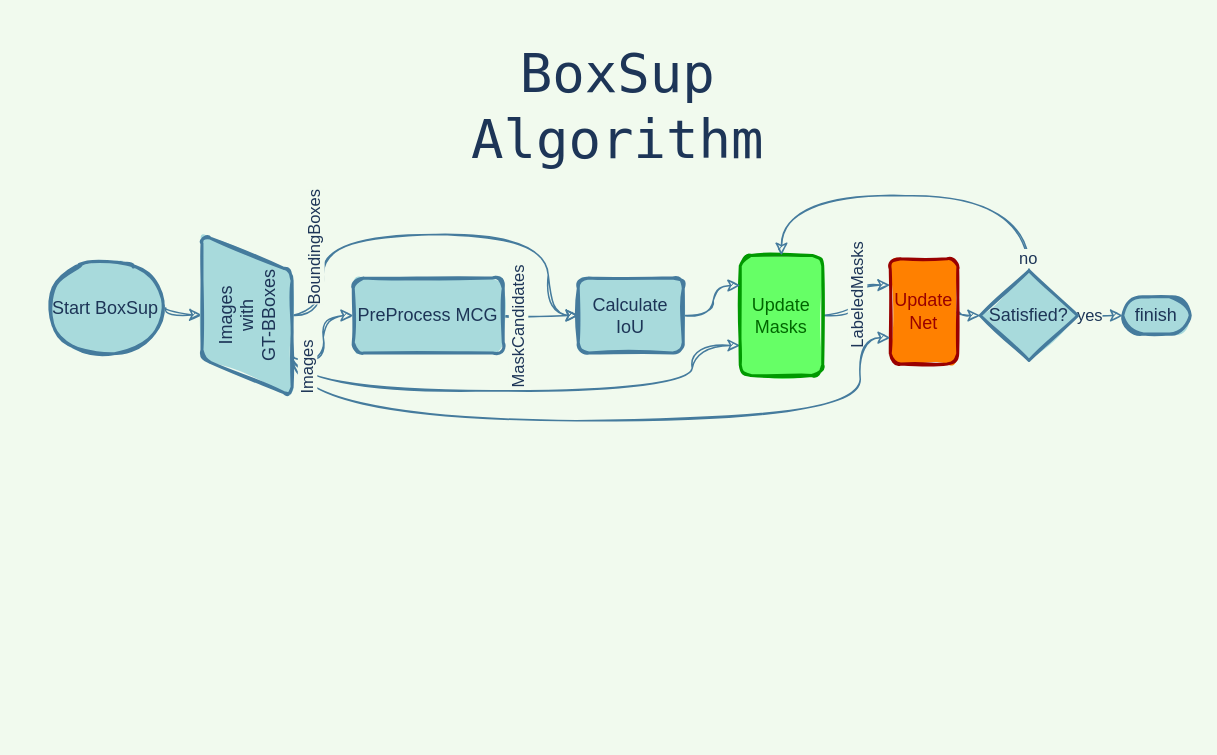
Earlier version of the draw.io diagram page "CompletePaper" (6 of 6) of BoxSup.drawio (MaKaNu/draws). Source tidied: cells renumbered, new cells numbered last; positions are measured from the earlier drawing's top-left corner, leaving out a move shared by most shapes. Both pictures are drawn from the tidied source at 150%, with x=0, y=0 at pixel (45, 45).
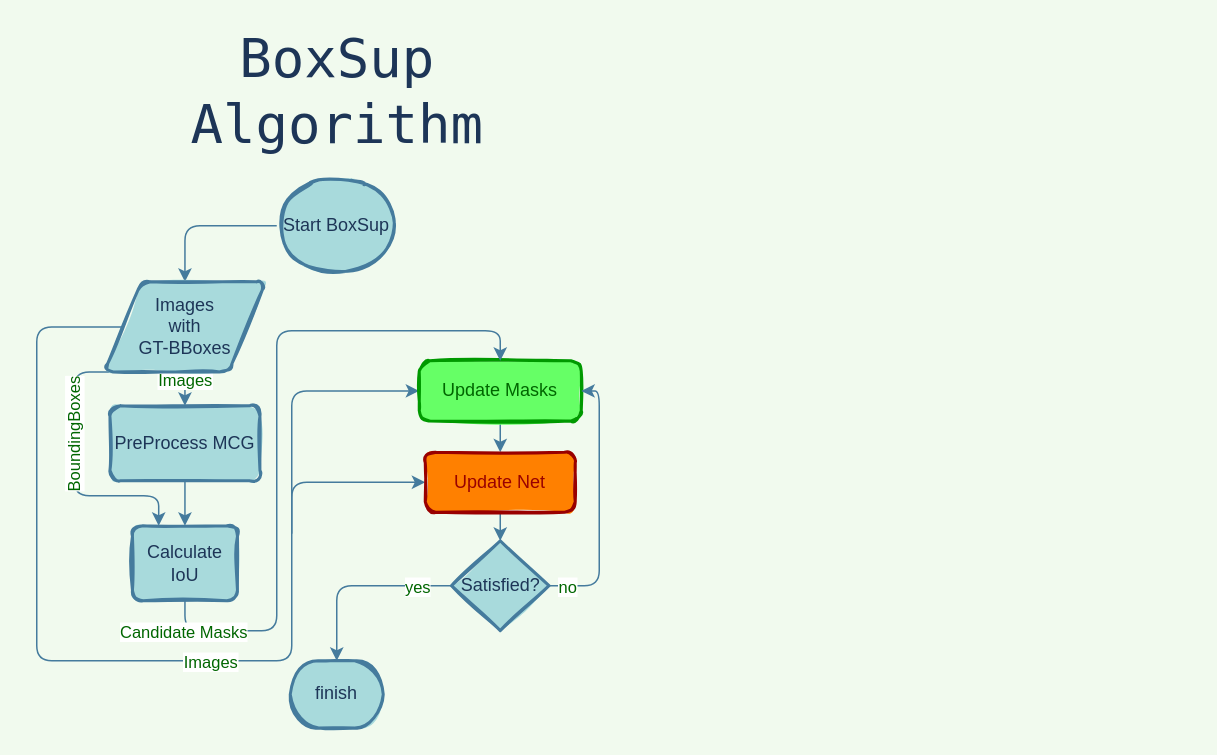
After the change.

Diff of the diagram source:
```diff
@@
-    <mxCell id="2" style="edgeStyle=orthogonalEdgeStyle;curved=1;sketch=1;jettySize=auto;html=1;exitX=1;exitY=0.5;exitDx=0;exitDy=0;exitPerimeter=0;fontColor=#1D3557;strokeColor=#457B9D;fillColor=#A8DADC;labelBackgroundColor=#F1FAEE;entryX=0.5;entryY=0;entryDx=0;entryDy=0;" parent="1" edge="1" source="3" target="8">
-      <mxGeometry relative="1" as="geometry">
-        <Array as="points">
-          <mxPoint x="80" y="178.8" />
-          <mxPoint x="104" y="178.8" />
-        </Array>
-      </mxGeometry>
+    <mxCell id="2" style="edgeStyle=orthogonalEdgeStyle;curved=0;rounded=1;sketch=0;jettySize=auto;html=1;exitX=0;exitY=0.5;exitDx=0;exitDy=0;exitPerimeter=0;entryX=0.5;entryY=0;entryDx=0;entryDy=0;fontColor=#006600;strokeColor=#457B9D;fillColor=#A8DADC;" parent="1" edge="1" source="3" target="8">
+      <mxGeometry relative="1" as="geometry" />
     </mxCell>
     <mxCell id="3" value="Start BoxSup" style="strokeWidth=2;html=1;shape=mxgraph.flowchart.start_1;whiteSpace=wrap;sketch=1;fontColor=#1D3557;fillColor=#A8DADC;strokeColor=#457B9D;fillStyle=solid;gradientColor=none;" parent="1" vertex="1">
-      <mxGeometry y="144.8" width="80" height="60" as="geometry" />
+      <mxGeometry x="154" y="90" width="80" height="60" as="geometry" />
     </mxCell>
+    <mxCell id="6" style="edgeStyle=orthogonalEdgeStyle;curved=0;rounded=1;sketch=0;jettySize=auto;html=1;exitX=0.5;exitY=1;exitDx=0;exitDy=0;fontColor=#006600;strokeColor=#457B9D;fillColor=#A8DADC;" parent="1" edge="1" source="8" target="11">
+      <mxGeometry relative="1" as="geometry" />
+    </mxCell>
+    <mxCell id="28" value="Images" style="edgeLabel;html=1;align=center;verticalAlign=middle;fontColor=#006600;" parent="6" vertex="1">
+      <mxGeometry x="-0.83" relative="1" as="geometry" />
+    </mxCell>
-    <mxCell id="4" style="edgeStyle=orthogonalEdgeStyle;curved=1;sketch=1;jettySize=auto;html=1;exitX=0.5;exitY=1;exitDx=0;exitDy=0;fontColor=#1D3557;strokeColor=#457B9D;fillColor=#A8DADC;labelBackgroundColor=#F1FAEE;entryX=0;entryY=0.5;entryDx=0;entryDy=0;" parent="1" edge="1" source="8" target="25">
+    <mxCell id="4" style="edgeStyle=orthogonalEdgeStyle;curved=0;rounded=1;sketch=0;jettySize=auto;html=1;exitX=0.25;exitY=1;exitDx=0;exitDy=0;entryX=0.25;entryY=0;entryDx=0;entryDy=0;fontColor=#006600;strokeColor=#457B9D;fillColor=#A8DADC;" parent="1" edge="1" source="8" target="25">
       <mxGeometry relative="1" as="geometry">
         <Array as="points">
-          <mxPoint x="185" y="178.8" />
-          <mxPoint x="185" y="125.8" />
-          <mxPoint x="335" y="125.8" />
-          <mxPoint x="335" y="179.8" />
+          <mxPoint x="19" y="218" />
+          <mxPoint x="19" y="300" />
+          <mxPoint x="75" y="300" />
         </Array>
       </mxGeometry>
     </mxCell>
-    <mxCell id="5" value="BoundingBoxes" style="edgeLabel;html=1;align=center;verticalAlign=middle;fontColor=#1D3557;rotation=-90;labelBackgroundColor=#F1FAEE;sketch=1;" parent="4" vertex="1">
-      <mxGeometry x="-0.42" y="2" relative="1" as="geometry">
-        <mxPoint x="-18" y="12" as="offset" />
+    <mxCell id="5" value="BoundingBoxes" style="edgeLabel;html=1;align=center;verticalAlign=middle;fontColor=#006600;rotation=-90;" parent="4" vertex="1">
+      <mxGeometry x="-0.25" relative="1" as="geometry">
+        <mxPoint y="13" as="offset" />
       </mxGeometry>
     </mxCell>
-    <mxCell id="6" style="edgeStyle=orthogonalEdgeStyle;curved=1;sketch=1;jettySize=auto;html=1;exitX=0.25;exitY=1;exitDx=0;exitDy=0;entryX=0;entryY=0.5;entryDx=0;entryDy=0;fontColor=#1D3557;strokeColor=#457B9D;fillColor=#A8DADC;labelBackgroundColor=#F1FAEE;" parent="1" edge="1" source="8" target="11">
-      <mxGeometry relative="1" as="geometry">
-        <Array as="points">
-          <mxPoint x="164" y="208.8" />
-          <mxPoint x="185" y="208.8" />
-          <mxPoint x="185" y="179.8" />
-        </Array>
-      </mxGeometry>
-    </mxCell>
-    <mxCell id="7" style="edgeStyle=orthogonalEdgeStyle;jettySize=auto;html=1;exitX=0.25;exitY=1;exitDx=0;exitDy=0;entryX=0;entryY=0.75;entryDx=0;entryDy=0;curved=1;shadow=0;sketch=1;strokeColor=#457B9D;labelBackgroundColor=#F1FAEE;fontColor=#1D3557;" parent="1" edge="1" source="8" target="14">
-      <mxGeometry relative="1" as="geometry">
-        <Array as="points">
-          <mxPoint x="164" y="230" />
-          <mxPoint x="431" y="230" />
-          <mxPoint x="431" y="200" />
-        </Array>
-      </mxGeometry>
-    </mxCell>
+    <mxCell id="26" style="edgeStyle=orthogonalEdgeStyle;curved=0;rounded=1;sketch=0;jettySize=auto;html=1;exitX=0;exitY=0.5;exitDx=0;exitDy=0;entryX=0;entryY=0.5;entryDx=0;entryDy=0;fontColor=#006600;strokeColor=#457B9D;fillColor=#A8DADC;" parent="1" edge="1" source="8" target="16">
+      <mxGeometry relative="1" as="geometry">
+        <Array as="points">
+          <mxPoint x="-6" y="187" />
+          <mxPoint x="-6" y="410" />
+          <mxPoint x="164" y="410" />
+          <mxPoint x="164" y="291" />
+        </Array>
+      </mxGeometry>
+    </mxCell>
+    <mxCell id="29" value="&lt;div&gt;Images&lt;/div&gt;" style="edgeLabel;html=1;align=center;verticalAlign=middle;fontColor=#006600;" parent="26" vertex="1">
+      <mxGeometry x="0.12" y="-1" relative="1" as="geometry">
+        <mxPoint x="27" y="-1" as="offset" />
+      </mxGeometry>
+    </mxCell>
-    <mxCell id="8" value="&lt;div&gt;Images&lt;br&gt;with&lt;br&gt;GT-BBoxes&lt;/div&gt;" style="shape=parallelogram;html=1;strokeWidth=2;perimeter=parallelogramPerimeter;whiteSpace=wrap;rounded=1;arcSize=12;size=0.23;sketch=1;fontColor=#1D3557;fillColor=#A8DADC;rotation=-90;strokeColor=#457B9D;fillStyle=solid;" parent="1" vertex="1">
-      <mxGeometry x="80.4" y="149.7" width="107.6" height="60.1" as="geometry" />
+    <mxCell id="8" value="&lt;div&gt;Images&lt;br&gt;with&lt;br&gt;GT-BBoxes&lt;/div&gt;" style="shape=parallelogram;html=1;strokeWidth=2;perimeter=parallelogramPerimeter;whiteSpace=wrap;rounded=1;arcSize=12;size=0.23;sketch=1;fontColor=#1D3557;fillColor=#A8DADC;rotation=0;strokeColor=#457B9D;fillStyle=solid;" parent="1" vertex="1">
+      <mxGeometry x="39" y="157.4" width="107.6" height="60.1" as="geometry" />
     </mxCell>
-    <mxCell id="9" style="edgeStyle=orthogonalEdgeStyle;curved=1;sketch=1;jettySize=auto;html=1;exitX=1;exitY=0.5;exitDx=0;exitDy=0;fontColor=#1D3557;strokeColor=#457B9D;fillColor=#A8DADC;labelBackgroundColor=#F1FAEE;entryX=0;entryY=0.5;entryDx=0;entryDy=0;" parent="1" edge="1" source="11" target="25">
+    <mxCell id="9" style="edgeStyle=orthogonalEdgeStyle;curved=0;rounded=1;sketch=0;jettySize=auto;html=1;exitX=0.5;exitY=1;exitDx=0;exitDy=0;entryX=0.5;entryY=0;entryDx=0;entryDy=0;fontColor=#006600;strokeColor=#457B9D;fillColor=#A8DADC;" parent="1" edge="1" source="11" target="25">
       <mxGeometry relative="1" as="geometry" />
     </mxCell>
-    <mxCell id="10" value="MaskCandidates" style="edgeLabel;html=1;align=center;verticalAlign=middle;fontColor=#1D3557;rotation=-90;labelBackgroundColor=#F1FAEE;sketch=1;" parent="9" vertex="1">
-      <mxGeometry x="-0.31" y="2" relative="1" as="geometry">
-        <mxPoint x="-7" y="11" as="offset" />
-      </mxGeometry>
-    </mxCell>
     <mxCell id="11" value="PreProcess MCG" style="rounded=1;whiteSpace=wrap;html=1;absoluteArcSize=1;arcSize=14;strokeWidth=2;sketch=1;fontColor=#1D3557;fillColor=#A8DADC;strokeColor=#457B9D;fillStyle=solid;" parent="1" vertex="1">
-      <mxGeometry x="205" y="154.8" width="100" height="50" as="geometry" />
+      <mxGeometry x="42.8" y="240" width="100" height="50" as="geometry" />
     </mxCell>
-    <mxCell id="12" style="edgeStyle=orthogonalEdgeStyle;curved=1;sketch=1;jettySize=auto;html=1;exitX=1;exitY=0.5;exitDx=0;exitDy=0;entryX=0;entryY=0.25;entryDx=0;entryDy=0;fontColor=#1D3557;strokeColor=#457B9D;fillColor=#A8DADC;labelBackgroundColor=#F1FAEE;" parent="1" edge="1" source="14" target="16">
+    <mxCell id="12" style="edgeStyle=orthogonalEdgeStyle;curved=0;rounded=1;sketch=0;jettySize=auto;html=1;exitX=0.5;exitY=1;exitDx=0;exitDy=0;fontColor=#006600;strokeColor=#457B9D;fillColor=#A8DADC;" parent="1" edge="1" source="14" target="16">
       <mxGeometry relative="1" as="geometry" />
     </mxCell>
-    <mxCell id="13" value="LabeledMasks" style="edgeLabel;html=1;align=center;verticalAlign=middle;fontColor=#1D3557;rotation=-90;labelBackgroundColor=#F1FAEE;sketch=1;" parent="12" vertex="1">
-      <mxGeometry x="-0.15" y="3" relative="1" as="geometry">
-        <mxPoint x="3" y="-7" as="offset" />
-      </mxGeometry>
-    </mxCell>
+    <mxCell id="30" style="edgeStyle=orthogonalEdgeStyle;curved=0;rounded=1;sketch=0;jettySize=auto;html=1;fontColor=#006600;strokeColor=#457B9D;fillColor=#A8DADC;entryX=0;entryY=0.5;entryDx=0;entryDy=0;" parent="1" edge="1" target="14">
+      <mxGeometry relative="1" as="geometry">
+        <mxPoint x="164" y="300" as="sourcePoint" />
+        <Array as="points">
+          <mxPoint x="164" y="330" />
+          <mxPoint x="164" y="230" />
+        </Array>
+      </mxGeometry>
+    </mxCell>
     <mxCell id="14" value="Update Masks" style="rounded=1;whiteSpace=wrap;html=1;absoluteArcSize=1;arcSize=14;strokeWidth=2;sketch=1;fontColor=#006600;fillColor=#66FF66;strokeColor=#009900;fillStyle=solid;" parent="1" vertex="1">
-      <mxGeometry x="463" y="139.8" width="55" height="80" as="geometry" />
+      <mxGeometry x="249" y="210" width="108" height="40.2" as="geometry" />
     </mxCell>
-    <mxCell id="15" style="edgeStyle=orthogonalEdgeStyle;curved=1;sketch=1;jettySize=auto;html=1;fontColor=#1D3557;strokeColor=#457B9D;fillColor=#A8DADC;entryX=0;entryY=0.5;entryDx=0;entryDy=0;entryPerimeter=0;labelBackgroundColor=#F1FAEE;exitX=1;exitY=0.5;exitDx=0;exitDy=0;" parent="1" edge="1" source="16" target="21">
-      <mxGeometry relative="1" as="geometry">
-        <Array as="points">
-          <mxPoint x="608" y="180" />
-        </Array>
-      </mxGeometry>
+    <mxCell id="15" style="edgeStyle=orthogonalEdgeStyle;curved=0;rounded=1;sketch=0;jettySize=auto;html=1;exitX=0.5;exitY=1;exitDx=0;exitDy=0;fontColor=#006600;strokeColor=#457B9D;fillColor=#A8DADC;" parent="1" edge="1" source="16" target="21">
+      <mxGeometry relative="1" as="geometry" />
     </mxCell>
     <mxCell id="16" value="Update Net" style="rounded=1;whiteSpace=wrap;html=1;absoluteArcSize=1;arcSize=14;strokeWidth=2;sketch=1;fontColor=#990000;fillColor=#FF8000;strokeColor=#990000;fillStyle=solid;" parent="1" vertex="1">
-      <mxGeometry x="563" y="142" width="45" height="70.2" as="geometry" />
+      <mxGeometry x="253" y="271" width="100" height="40" as="geometry" />
     </mxCell>
-    <mxCell id="17" style="edgeStyle=orthogonalEdgeStyle;curved=1;sketch=1;jettySize=auto;html=1;exitX=1;exitY=0.5;exitDx=0;exitDy=0;exitPerimeter=0;fontColor=#1D3557;strokeColor=#457B9D;fillColor=#A8DADC;entryX=0;entryY=0.5;entryDx=0;entryDy=0;entryPerimeter=0;labelBackgroundColor=#F1FAEE;" parent="1" edge="1" source="21" target="22">
+    <mxCell id="17" style="edgeStyle=orthogonalEdgeStyle;curved=0;rounded=1;sketch=0;jettySize=auto;html=1;exitX=0;exitY=0.5;exitDx=0;exitDy=0;exitPerimeter=0;entryX=0.5;entryY=0;entryDx=0;entryDy=0;entryPerimeter=0;fontColor=#006600;strokeColor=#457B9D;fillColor=#A8DADC;" parent="1" edge="1" source="21" target="22">
       <mxGeometry relative="1" as="geometry" />
     </mxCell>
-    <mxCell id="18" value="yes" style="edgeLabel;html=1;align=center;verticalAlign=middle;fontColor=#1D3557;labelBackgroundColor=#F1FAEE;sketch=1;" parent="17" vertex="1">
-      <mxGeometry x="-0.49" y="-1" relative="1" as="geometry">
-        <mxPoint y="-1" as="offset" />
-      </mxGeometry>
+    <mxCell id="18" value="yes" style="edgeLabel;html=1;align=center;verticalAlign=middle;fontColor=#006600;" parent="17" vertex="1">
+      <mxGeometry x="-0.64" y="1" relative="1" as="geometry" />
     </mxCell>
-    <mxCell id="19" style="edgeStyle=orthogonalEdgeStyle;curved=1;sketch=1;jettySize=auto;html=1;exitX=0.5;exitY=0;exitDx=0;exitDy=0;exitPerimeter=0;fontColor=#1D3557;strokeColor=#457B9D;fillColor=#A8DADC;labelBackgroundColor=#F1FAEE;entryX=0.5;entryY=0;entryDx=0;entryDy=0;" parent="1" edge="1" source="21" target="14">
+    <mxCell id="19" style="edgeStyle=orthogonalEdgeStyle;curved=0;rounded=1;sketch=0;jettySize=auto;html=1;exitX=1;exitY=0.5;exitDx=0;exitDy=0;exitPerimeter=0;entryX=1;entryY=0.5;entryDx=0;entryDy=0;fontColor=#006600;strokeColor=#457B9D;fillColor=#A8DADC;" parent="1" edge="1" source="21" target="14">
       <mxGeometry relative="1" as="geometry">
         <Array as="points">
-          <mxPoint x="656" y="100" />
-          <mxPoint x="490" y="100" />
+          <mxPoint x="369" y="360" />
+          <mxPoint x="369" y="230" />
         </Array>
       </mxGeometry>
     </mxCell>
-    <mxCell id="20" value="no" style="edgeLabel;html=1;align=center;verticalAlign=middle;fontColor=#1D3557;labelBackgroundColor=#F1FAEE;sketch=1;" parent="19" vertex="1">
-      <mxGeometry x="-0.94" y="1" relative="1" as="geometry" />
+    <mxCell id="20" value="no" style="edgeLabel;html=1;align=center;verticalAlign=middle;fontColor=#006600;" parent="19" vertex="1">
+      <mxGeometry x="-0.86" y="-1" relative="1" as="geometry" />
     </mxCell>
     <mxCell id="21" value="Satisfied?" style="strokeWidth=2;html=1;shape=mxgraph.flowchart.decision;whiteSpace=wrap;sketch=1;fontColor=#1D3557;fillColor=#A8DADC;strokeColor=#457B9D;fillStyle=solid;" parent="1" vertex="1">
-      <mxGeometry x="623" y="149.9" width="65" height="59.9" as="geometry" />
+      <mxGeometry x="270.5" y="330" width="65" height="59.9" as="geometry" />
     </mxCell>
     <mxCell id="22" value="finish" style="strokeWidth=2;html=1;shape=mxgraph.flowchart.terminator;whiteSpace=wrap;sketch=1;fontColor=#1D3557;fillColor=#A8DADC;strokeColor=#457B9D;fillStyle=solid;" parent="1" vertex="1">
-      <mxGeometry x="718" y="167.4" width="45" height="24.8" as="geometry" />
+      <mxGeometry x="163" y="410" width="62" height="44.8" as="geometry" />
     </mxCell>
     <mxCell id="23" value="BoxSup Algorithm" style="text;html=1;align=center;verticalAlign=middle;whiteSpace=wrap;rounded=0;sketch=1;fontFamily=Lucida Console;fontSize=36;fontColor=#1D3557;" parent="1" vertex="1">
-      <mxGeometry x="258" width="247" height="80" as="geometry" />
+      <mxGeometry x="71" y="-10" width="247" height="80" as="geometry" />
     </mxCell>
-    <mxCell id="24" style="edgeStyle=orthogonalEdgeStyle;curved=1;sketch=1;jettySize=auto;html=1;exitX=1;exitY=0.5;exitDx=0;exitDy=0;entryX=0;entryY=0.25;entryDx=0;entryDy=0;shadow=0;strokeColor=#457B9D;labelBackgroundColor=#F1FAEE;fontColor=#1D3557;" parent="1" edge="1" source="25" target="14">
-      <mxGeometry relative="1" as="geometry" />
+    <mxCell id="24" style="edgeStyle=orthogonalEdgeStyle;curved=0;rounded=1;sketch=0;jettySize=auto;html=1;exitX=0.5;exitY=1;exitDx=0;exitDy=0;entryX=0.5;entryY=0;entryDx=0;entryDy=0;fontColor=#006600;strokeColor=#457B9D;fillColor=#A8DADC;" parent="1" edge="1" source="25" target="14">
+      <mxGeometry relative="1" as="geometry">
+        <Array as="points">
+          <mxPoint x="93" y="390" />
+          <mxPoint x="154" y="390" />
+          <mxPoint x="154" y="190" />
+          <mxPoint x="303" y="190" />
+        </Array>
+      </mxGeometry>
     </mxCell>
+    <mxCell id="31" value="Candidate Masks" style="edgeLabel;html=1;align=center;verticalAlign=middle;fontColor=#006600;" parent="24" vertex="1">
+      <mxGeometry x="-0.8" y="-1" relative="1" as="geometry">
+        <mxPoint x="-26" y="-1" as="offset" />
+      </mxGeometry>
+    </mxCell>
     <mxCell id="25" value="Calculate IoU" style="rounded=1;whiteSpace=wrap;html=1;absoluteArcSize=1;arcSize=14;strokeWidth=2;sketch=1;fontColor=#1D3557;fillColor=#A8DADC;strokeColor=#457B9D;fillStyle=solid;" parent="1" vertex="1">
-      <mxGeometry x="355" y="154.8" width="70" height="50" as="geometry" />
+      <mxGeometry x="57.8" y="320" width="70" height="50" as="geometry" />
     </mxCell>
-    <mxCell id="26" style="edgeStyle=orthogonalEdgeStyle;curved=1;sketch=1;jettySize=auto;html=1;fontColor=#1D3557;strokeColor=#457B9D;fillColor=#A8DADC;labelBackgroundColor=#F1FAEE;exitX=0.25;exitY=1;exitDx=0;exitDy=0;entryX=0;entryY=0.75;entryDx=0;entryDy=0;" parent="1" edge="1" source="8" target="16">
-      <mxGeometry relative="1" as="geometry">
-        <Array as="points">
-          <mxPoint x="164" y="250" />
-          <mxPoint x="543" y="250" />
-          <mxPoint x="543" y="195" />
-        </Array>
-      </mxGeometry>
-    </mxCell>
-    <mxCell id="27" value="Images" style="edgeLabel;html=1;align=center;verticalAlign=middle;rotation=-90;fontColor=#1D3557;sketch=1;labelBackgroundColor=#F1FAEE;" parent="26" vertex="1">
-      <mxGeometry x="-0.86" y="16" relative="1" as="geometry">
-        <mxPoint x="-6" y="-26" as="offset" />
-      </mxGeometry>
-    </mxCell>
```
